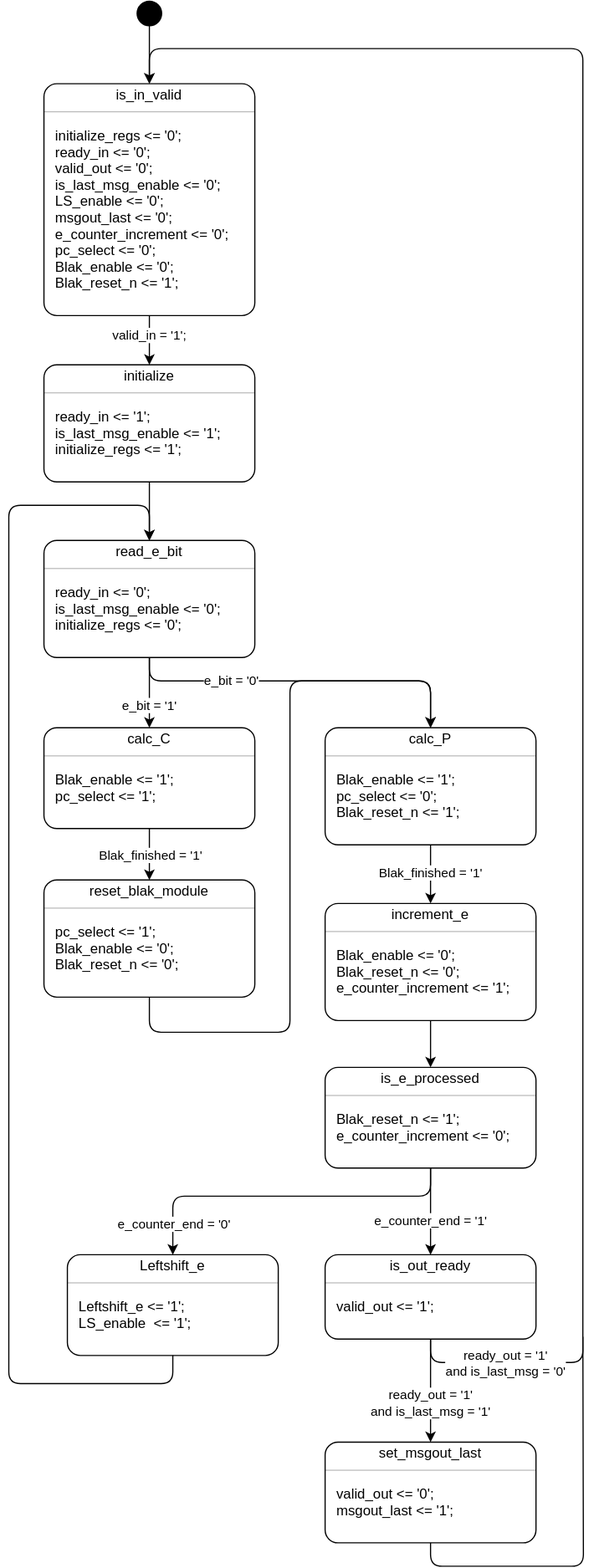
Earlier version of the draw.io export mod_exp_fsm.svg (marnicbar/tfe4141). Source tidied: cells renumbered, new cells last; positions are measured from the earlier drawing's top-left corner, leaving out a move shared by most shapes.
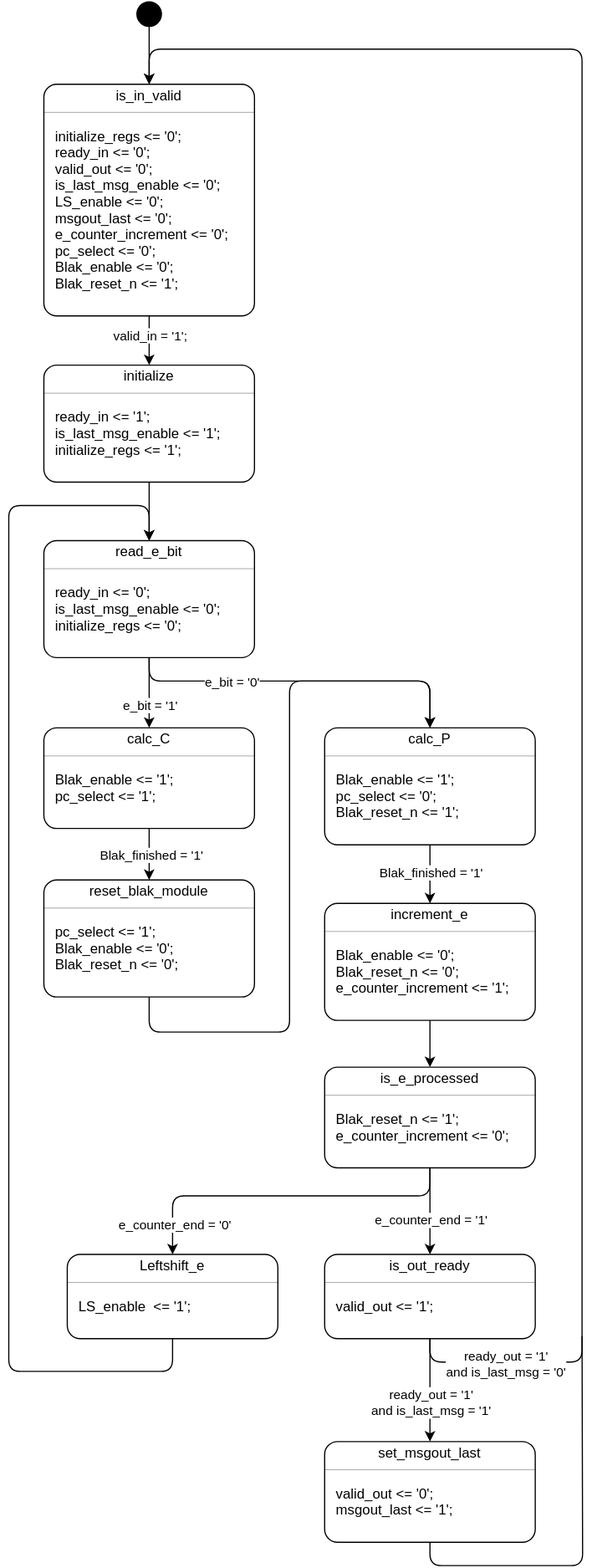
The same file after the commit.

Commit message:
Remove wrong output from state diagram

The edit, as a diff of the source:
```diff
@@ -242,7 +242,7 @@
       <mxGeometry y="66" width="180" height="20" as="geometry" />
     </mxCell>
     <mxCell id="78" style="fontStyle=1;align=center;verticalAlign=middle;horizontal=1;rounded=1;absoluteArcSize=1;arcSize=22;" parent="1" vertex="1">
-      <mxGeometry x="50" y="1070" width="180" height="86" as="geometry" />
+      <mxGeometry x="50" y="1070" width="180" height="72" as="geometry" />
     </mxCell>
     <mxCell id="79" value="Leftshift_e" style="html=1;align=center;spacing=0;verticalAlign=middle;strokeColor=none;fillColor=none;whiteSpace=wrap;" parent="78" vertex="1">
       <mxGeometry width="180" height="20" as="geometry" />
@@ -253,14 +253,11 @@
     <mxCell id="81" style="html=1;align=left;spacing=0;spacingLeft=10;verticalAlign=middle;strokeColor=none;fillColor=none;whiteSpace=wrap;" parent="78" vertex="1">
       <mxGeometry y="28" width="180" height="10" as="geometry" />
     </mxCell>
-    <mxCell id="82" value="Leftshift_e &amp;lt;= '1';" style="html=1;align=left;spacing=0;spacingLeft=10;verticalAlign=middle;strokeColor=none;fillColor=none;whiteSpace=wrap;" parent="78" vertex="1">
-      <mxGeometry y="38" width="180" height="14" as="geometry" />
-    </mxCell>
     <mxCell id="83" value="LS_enable&amp;nbsp; &amp;lt;= '1';" style="html=1;align=left;spacing=0;spacingLeft=10;verticalAlign=middle;strokeColor=none;fillColor=none;whiteSpace=wrap;" parent="78" vertex="1">
-      <mxGeometry y="52" width="180" height="14" as="geometry" />
+      <mxGeometry y="38" width="180" height="14" as="geometry" />
     </mxCell>
     <mxCell id="84" style="html=1;align=left;spacing=0;spacingLeft=10;verticalAlign=middle;strokeColor=none;fillColor=none;whiteSpace=wrap;" parent="78" vertex="1">
-      <mxGeometry y="66" width="180" height="20" as="geometry" />
+      <mxGeometry y="52" width="180" height="20" as="geometry" />
     </mxCell>
     <mxCell id="85" style="fontStyle=1;align=center;verticalAlign=middle;horizontal=1;rounded=1;absoluteArcSize=1;arcSize=22;" parent="1" vertex="1">
       <mxGeometry x="270" y="1070" width="180" height="72" as="geometry" />
@@ -358,8 +355,8 @@
     <mxCell id="109" style="edgeStyle=orthogonalEdgeStyle;rounded=1;jettySize=auto;html=1;exitX=0.5;exitY=1;exitDx=0;exitDy=0;entryX=0.5;entryY=0;entryDx=0;entryDy=0;curved=0;" parent="1" edge="1" source="84" target="28">
       <mxGeometry relative="1" as="geometry">
         <Array as="points">
-          <mxPoint x="140" y="1180" />
-          <mxPoint y="1180" />
+          <mxPoint x="140" y="1170" />
+          <mxPoint y="1170" />
           <mxPoint y="430" />
           <mxPoint x="120" y="430" />
         </Array>
```
